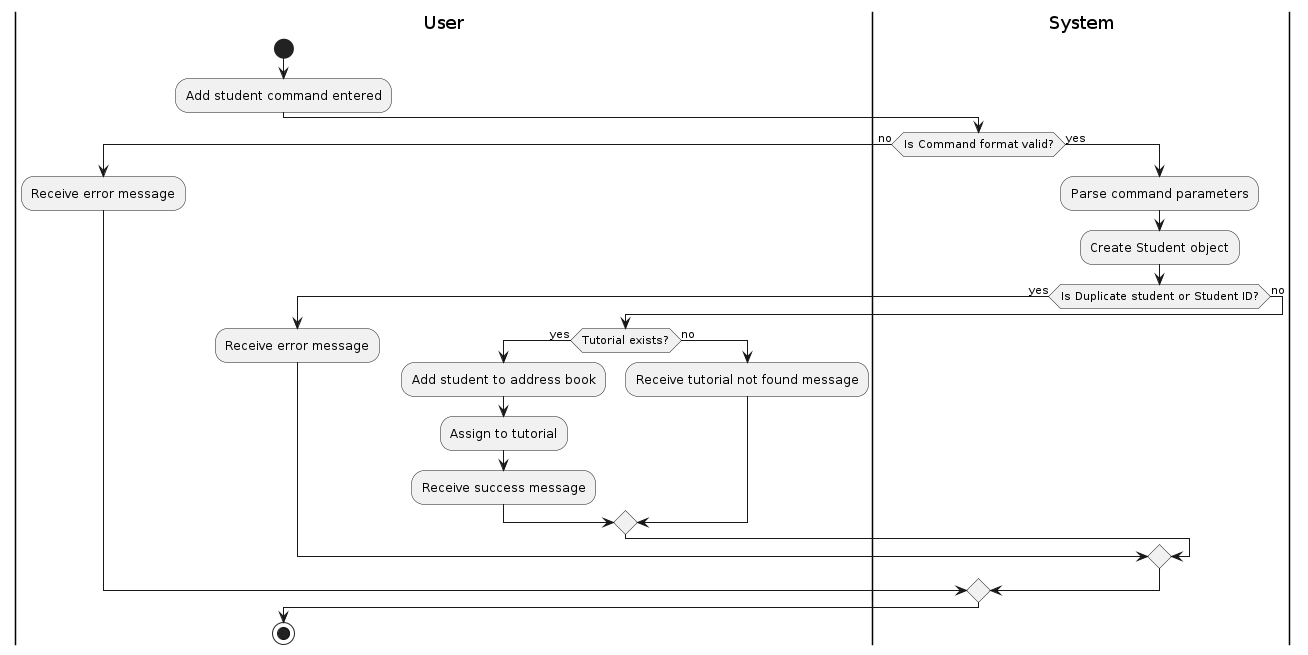
The PlantUML diagram diagrams/AddFeatureActivityDiagram.png in Fui03/tp, before a commit. Its source is kept beside it as diagrams/AddFeatureActivityDiagram.puml.
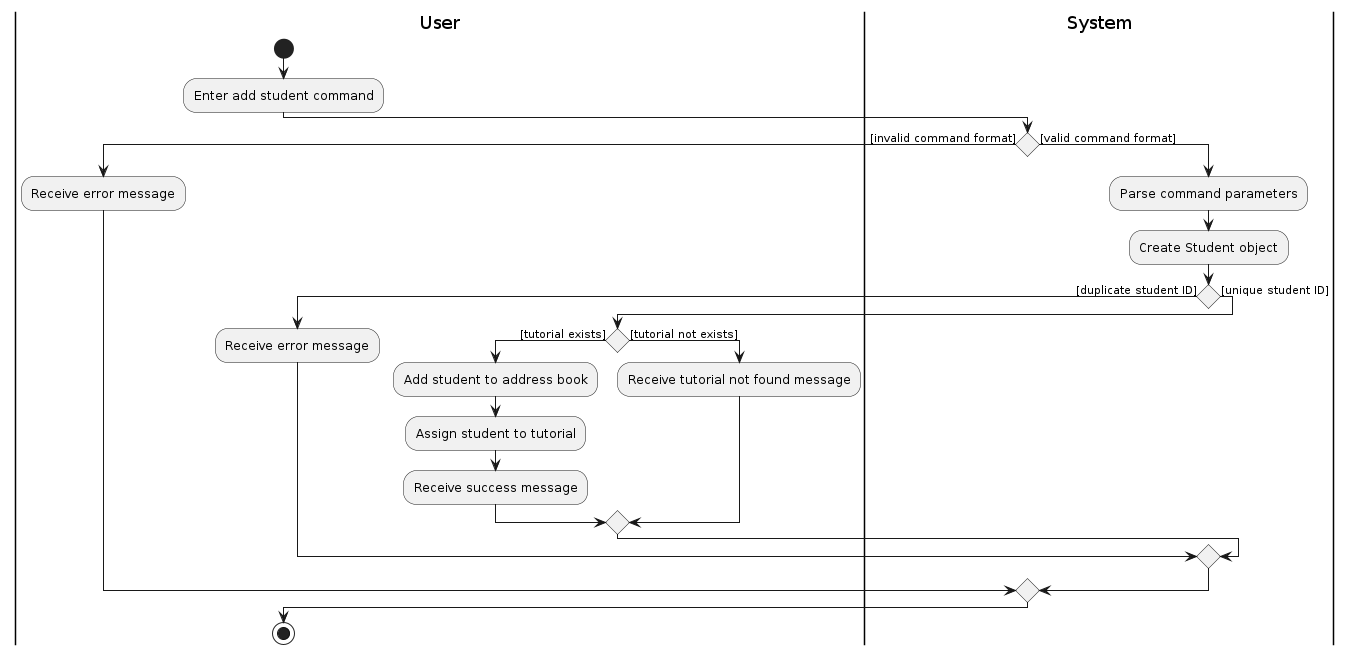
After the commit.

The edit, as a diff of the source:
```diff
@@ -2,25 +2,25 @@
 
 |User|
 start
-:Add student command entered;
+:Enter add student command;
 |System|
-if (Is Command format valid?) then (no)
+if () then ([invalid command format])
     |User|
     :Receive error message;
-else (yes)
+else ([valid command format])
     |System|
     :Parse command parameters;
     :Create Student object;
-    if (Is Duplicate student or Student ID?) then (yes)
+    if () then ([duplicate student ID])
         |User|
         :Receive error message;
-    else (no)
-        if (Tutorial exists?) then (yes)
+    else ([unique student ID])
+        if () then ([tutorial exists])
             :Add student to address book;
-            :Assign to tutorial;
+            :Assign student to tutorial;
             |User|
             :Receive success message;
-        else (no)
+        else ([tutorial not exists])
             |User|
             :Receive tutorial not found message;
         endif
```
